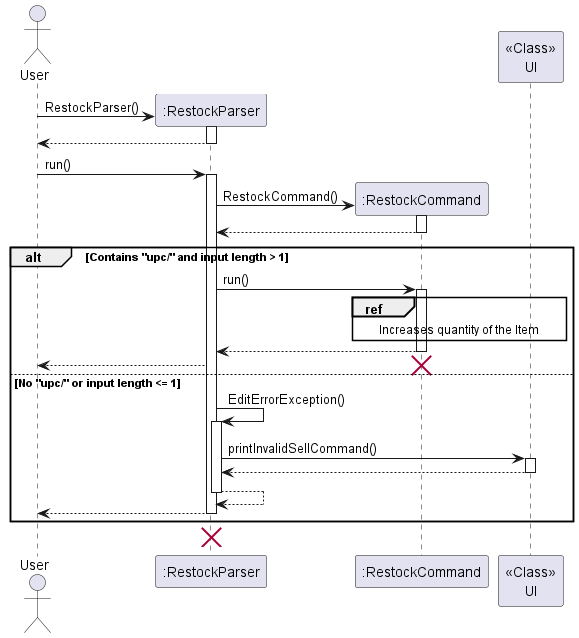
This is docs/UML/Restock/RestockParser.png from nus-cs2113-AY2223S2/tp, a PlantUML export, as it was before one commit.
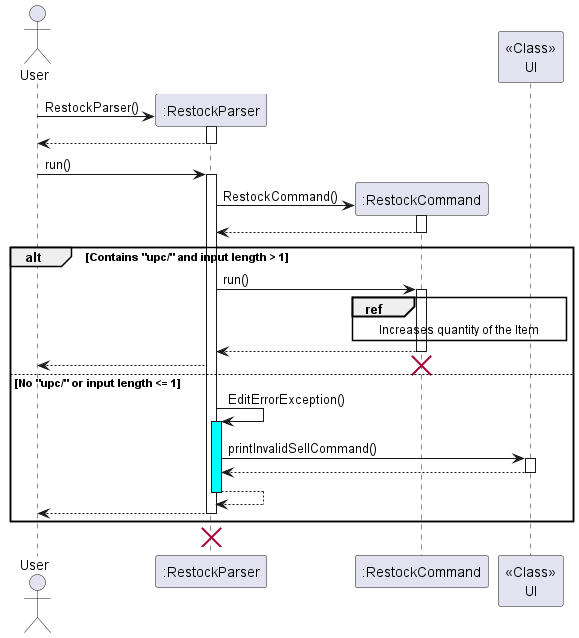
The same diagram one commit later.

The edit, as a diff of the source:
```diff
@@ -25,7 +25,7 @@
 
 else No "upc/" or input length <= 1
     ":RestockParser"->":RestockParser": EditErrorException()
-    activate ":RestockParser"
+    activate ":RestockParser" #Cyan
     ":RestockParser"->"<<Class>>\nUI":printInvalidSellCommand()
     activate "<<Class>>\nUI"
     "<<Class>>\nUI"-->":RestockParser":
```
